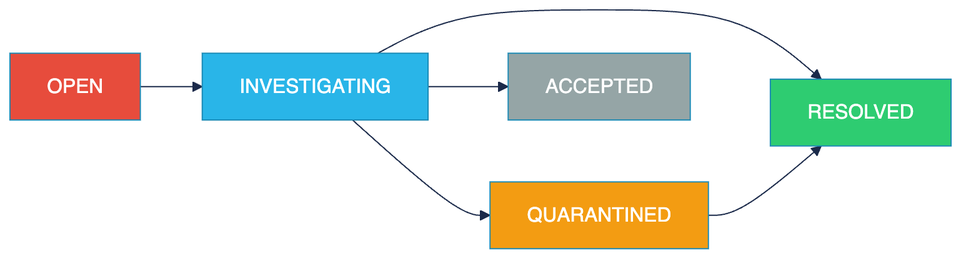
Earlier version of the Mermaid export notebooks/diagrams/4b_issue_lifecycle.png (mcharni76/snowflake-data-quality-monitoring-hol). Its source is kept beside it as notebooks/diagrams/4b_issue_lifecycle.mmd. Source of this version:
```mermaid
flowchart LR
    OPEN[OPEN] --> INV[INVESTIGATING]
    INV --> Q[QUARANTINED]
    INV --> ACC[ACCEPTED]
    INV --> RES[RESOLVED]
    Q --> RES
    style OPEN fill:#E74C3C,color:#fff
    style Q fill:#F39C12,color:#fff
    style RES fill:#2ECC71,color:#fff
    style ACC fill:#95A5A6,color:#fff
```
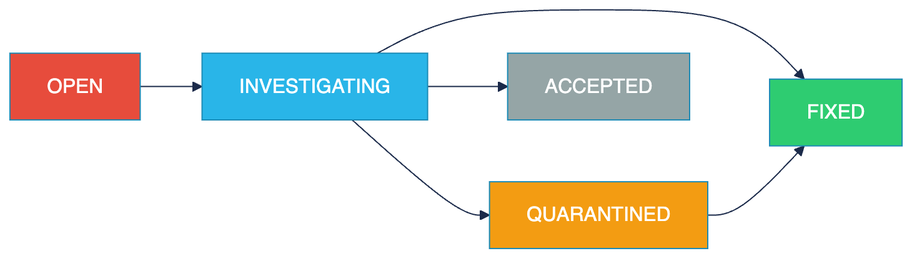
After the commit.

Commit message:
docs: Module 4B lifecycle uses FIXED/ACCEPTED, matching the code

Diff of the diagram source:
```diff
@@ -2,9 +2,9 @@
     OPEN[OPEN] --> INV[INVESTIGATING]
     INV --> Q[QUARANTINED]
     INV --> ACC[ACCEPTED]
-    INV --> RES[RESOLVED]
-    Q --> RES
+    INV --> FIX[FIXED]
+    Q --> FIX
     style OPEN fill:#E74C3C,color:#fff
     style Q fill:#F39C12,color:#fff
-    style RES fill:#2ECC71,color:#fff
+    style FIX fill:#2ECC71,color:#fff
     style ACC fill:#95A5A6,color:#fff
```
